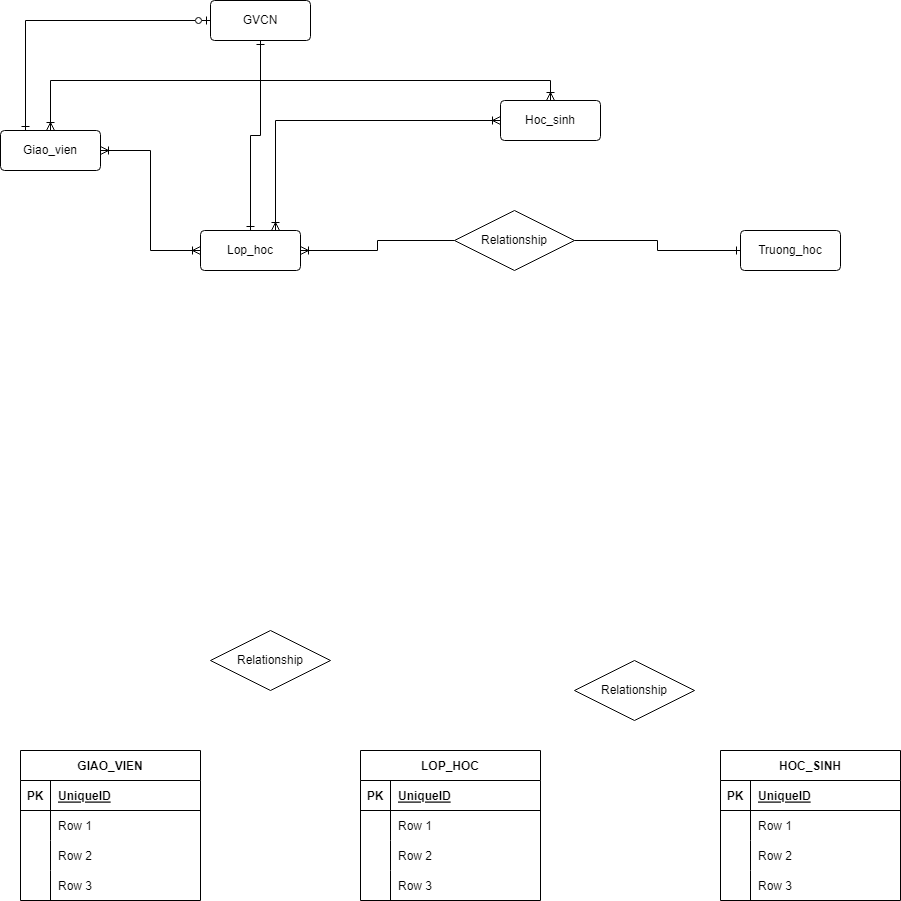
Before: Biểu đồ không có tiêu đề.drawio.png, a diagram exported from draw.io (Meoleodeo/erd-sth). Source tidied: cells renumbered, new cells last; positions are measured from the earlier drawing's top-left corner, leaving out a move shared by most shapes.
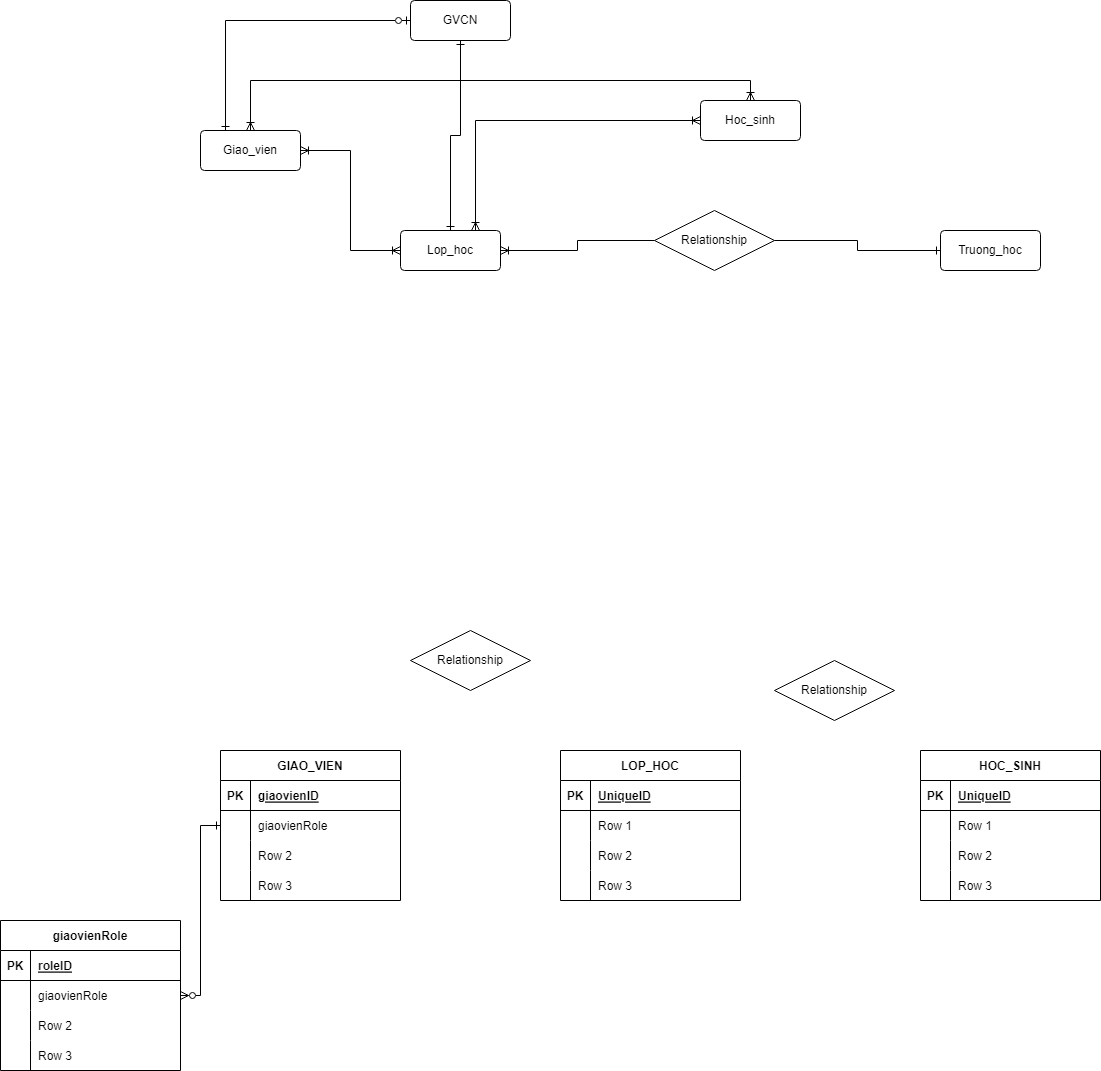
The same file after the commit.

Commit message:
Cập nhật Biểu đồ không có tiêu đề.drawio.png

The edit, as a diff of the source:
```diff
@@ -11,7 +11,7 @@
     <mxCell id="4" value="PK" style="shape=partialRectangle;fillColor=none;top=0;left=0;bottom=0;right=0;fontStyle=1;overflow=hidden;" parent="3" vertex="1">
       <mxGeometry width="30" height="30" as="geometry" />
     </mxCell>
-    <mxCell id="5" value="UniqueID" style="shape=partialRectangle;fillColor=none;top=0;left=0;bottom=0;right=0;align=left;spacingLeft=6;fontStyle=5;overflow=hidden;" parent="3" vertex="1">
+    <mxCell id="5" value="giaovienID" style="shape=partialRectangle;fillColor=none;top=0;left=0;bottom=0;right=0;align=left;spacingLeft=6;fontStyle=5;overflow=hidden;" parent="3" vertex="1">
       <mxGeometry x="30" width="150" height="30" as="geometry" />
     </mxCell>
     <mxCell id="6" style="shape=tableRow;horizontal=0;startSize=0;swimlaneHead=0;swimlaneBody=0;fillColor=none;points=[[0,0.5],[1,0.5]];portConstraint=eastwest;top=0;left=0;right=0;bottom=0;" parent="2" vertex="1">
@@ -20,7 +20,7 @@
     <mxCell id="7" style="shape=partialRectangle;fillColor=none;top=0;left=0;bottom=0;right=0;overflow=hidden;" parent="6" vertex="1">
       <mxGeometry width="30" height="30" as="geometry" />
     </mxCell>
-    <mxCell id="8" value="Row 1" style="shape=partialRectangle;fillColor=none;top=0;left=0;bottom=0;right=0;align=left;spacingLeft=6;overflow=hidden;" parent="6" vertex="1">
+    <mxCell id="8" value="giaovienRole" style="shape=partialRectangle;fillColor=none;top=0;left=0;bottom=0;right=0;align=left;spacingLeft=6;overflow=hidden;" parent="6" vertex="1">
       <mxGeometry x="30" width="150" height="30" as="geometry" />
     </mxCell>
     <mxCell id="9" style="shape=tableRow;horizontal=0;startSize=0;swimlaneHead=0;swimlaneBody=0;fillColor=none;top=0;left=0;right=0;bottom=0;" parent="2" vertex="1">
@@ -164,5 +164,47 @@
     <mxCell id="55" value="GVCN" style="rounded=1;arcSize=10;whiteSpace=wrap;html=1;align=center;" parent="1" vertex="1">
       <mxGeometry x="210" width="100" height="40" as="geometry" />
     </mxCell>
+    <mxCell id="56" value="giaovienRole" style="shape=table;startSize=30;rowLines=0;fontStyle=1;align=center;" parent="1" vertex="1">
+      <mxGeometry x="-200" y="920" width="180" height="150" as="geometry" />
+    </mxCell>
+    <mxCell id="57" style="shape=tableRow;horizontal=0;startSize=0;swimlaneHead=0;swimlaneBody=0;fillColor=none;top=0;left=0;right=0;bottom=1;" parent="56" vertex="1">
+      <mxGeometry y="30" width="180" height="30" as="geometry" />
+    </mxCell>
+    <mxCell id="58" value="PK" style="shape=partialRectangle;fillColor=none;top=0;left=0;bottom=0;right=0;fontStyle=1;overflow=hidden;" parent="57" vertex="1">
+      <mxGeometry width="30" height="30" as="geometry" />
+    </mxCell>
+    <mxCell id="59" value="roleID" style="shape=partialRectangle;fillColor=none;top=0;left=0;bottom=0;right=0;align=left;spacingLeft=6;fontStyle=5;overflow=hidden;" parent="57" vertex="1">
+      <mxGeometry x="30" width="150" height="30" as="geometry" />
+    </mxCell>
+    <mxCell id="60" style="shape=tableRow;horizontal=0;startSize=0;swimlaneHead=0;swimlaneBody=0;fillColor=none;points=[[0,0.5],[1,0.5]];portConstraint=eastwest;top=0;left=0;right=0;bottom=0;" parent="56" vertex="1">
+      <mxGeometry y="60" width="180" height="30" as="geometry" />
+    </mxCell>
+    <mxCell id="61" style="shape=partialRectangle;fillColor=none;top=0;left=0;bottom=0;right=0;overflow=hidden;" parent="60" vertex="1">
+      <mxGeometry width="30" height="30" as="geometry" />
+    </mxCell>
+    <mxCell id="62" value="giaovienRole" style="shape=partialRectangle;fillColor=none;top=0;left=0;bottom=0;right=0;align=left;spacingLeft=6;overflow=hidden;" parent="60" vertex="1">
+      <mxGeometry x="30" width="150" height="30" as="geometry" />
+    </mxCell>
+    <mxCell id="63" style="shape=tableRow;horizontal=0;startSize=0;swimlaneHead=0;swimlaneBody=0;fillColor=none;top=0;left=0;right=0;bottom=0;" parent="56" vertex="1">
+      <mxGeometry y="90" width="180" height="30" as="geometry" />
+    </mxCell>
+    <mxCell id="64" style="shape=partialRectangle;fillColor=none;top=0;left=0;bottom=0;right=0;overflow=hidden;" parent="63" vertex="1">
+      <mxGeometry width="30" height="30" as="geometry" />
+    </mxCell>
+    <mxCell id="65" value="Row 2" style="shape=partialRectangle;fillColor=none;top=0;left=0;bottom=0;right=0;align=left;spacingLeft=6;overflow=hidden;" parent="63" vertex="1">
+      <mxGeometry x="30" width="150" height="30" as="geometry" />
+    </mxCell>
+    <mxCell id="66" style="shape=tableRow;horizontal=0;startSize=0;swimlaneHead=0;swimlaneBody=0;fillColor=none;top=0;left=0;right=0;bottom=0;" parent="56" vertex="1">
+      <mxGeometry y="120" width="180" height="30" as="geometry" />
+    </mxCell>
+    <mxCell id="67" style="shape=partialRectangle;fillColor=none;top=0;left=0;bottom=0;right=0;overflow=hidden;" parent="66" vertex="1">
+      <mxGeometry width="30" height="30" as="geometry" />
+    </mxCell>
+    <mxCell id="68" value="Row 3" style="shape=partialRectangle;fillColor=none;top=0;left=0;bottom=0;right=0;align=left;spacingLeft=6;overflow=hidden;" parent="66" vertex="1">
+      <mxGeometry x="30" width="150" height="30" as="geometry" />
+    </mxCell>
+    <mxCell id="69" style="edgeStyle=orthogonalEdgeStyle;rounded=0;jettySize=auto;html=1;exitX=0;exitY=0.5;exitDx=0;exitDy=0;entryX=1;entryY=0.5;entryDx=0;entryDy=0;startArrow=ERone;startFill=0;endArrow=ERzeroToMany;endFill=0;" parent="1" edge="1" source="6" target="60">
+      <mxGeometry relative="1" as="geometry" />
+    </mxCell>
   </root>
 </mxGraphModel>
```
